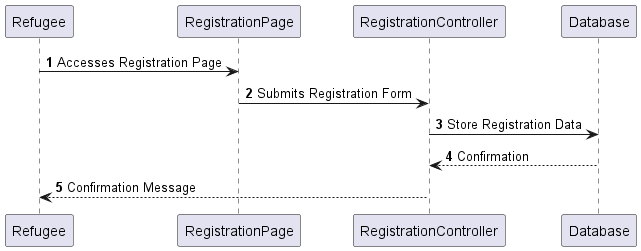
This is Doc/use-Cases/uc010/systemDiagram/SystemDiagram010.png from kanzodotjava/RefugeeLINK, a PlantUML export, as it was before one commit. Its diagram source:
```plantuml
@startuml

autonumber

Refugee -> RegistrationPage: Accesses Registration Page
RegistrationPage -> RegistrationController: Submits Registration Form
RegistrationController -> Database: Store Registration Data
Database --> RegistrationController: Confirmation
RegistrationController --> Refugee: Confirmation Message

@enduml
```
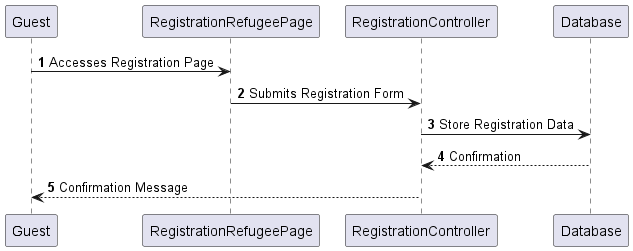
Above is the later version.

What changed in the source:
```diff
@@ -1,11 +1,10 @@
 @startuml
-
 autonumber
 
-Refugee -> RegistrationPage: Accesses Registration Page
-RegistrationPage -> RegistrationController: Submits Registration Form
+Guest -> RegistrationRefugeePage: Accesses Registration Page
+RegistrationRefugeePage -> RegistrationController: Submits Registration Form
 RegistrationController -> Database: Store Registration Data
 Database --> RegistrationController: Confirmation
-RegistrationController --> Refugee: Confirmation Message
+RegistrationController --> Guest: Confirmation Message
 
 @enduml
```
